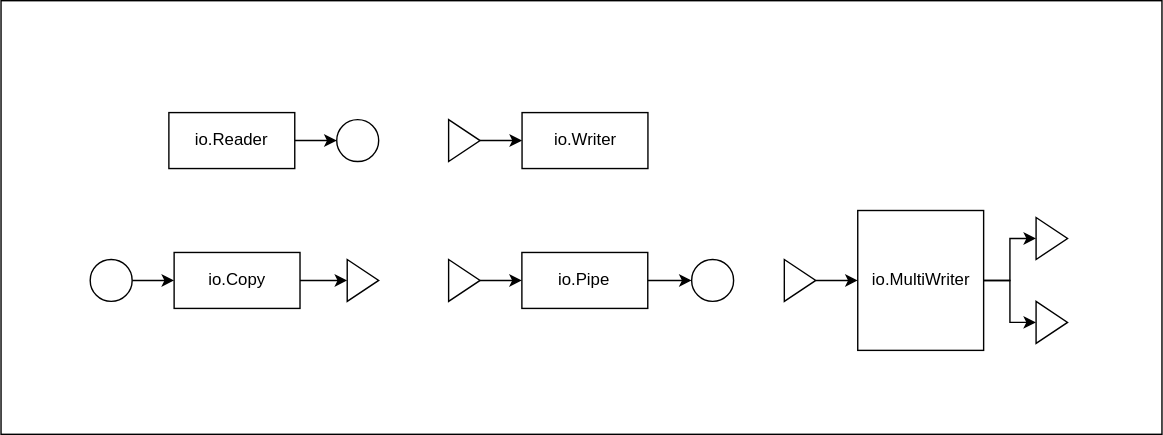
Earlier version of the draw.io export img/connector.drawio.svg (yamagame/go-basic-example). Source tidied: cells renumbered, new cells last; positions are measured from the earlier drawing's top-left corner, leaving out a move shared by most shapes.
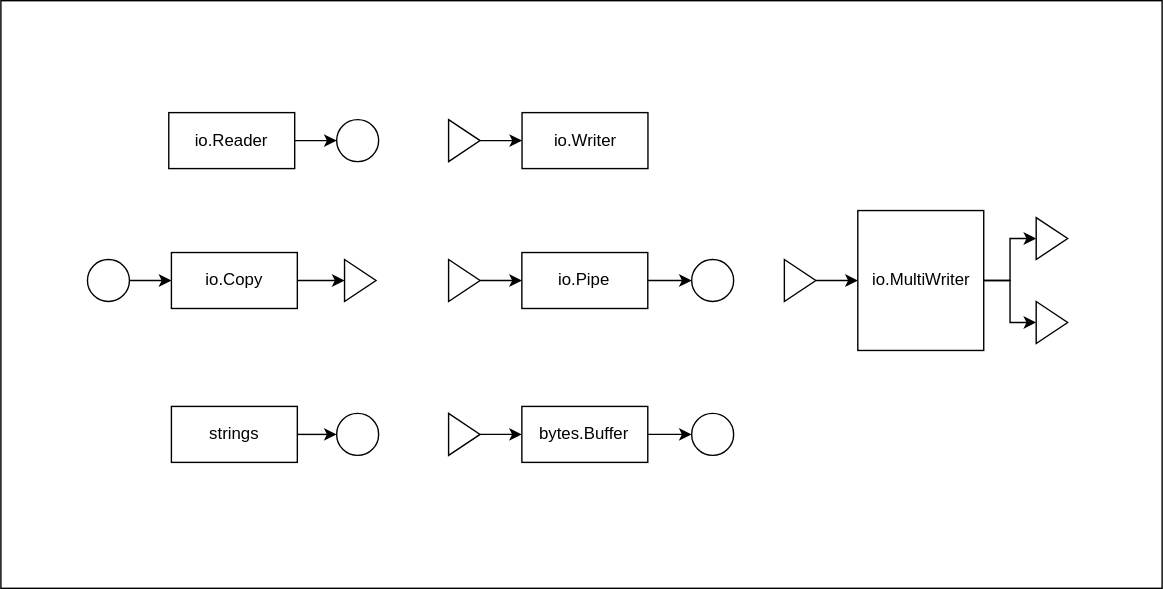
Above is the later version.

What changed in the source:
```diff
@@ -3,7 +3,7 @@
     <mxCell id="0" />
     <mxCell id="1" parent="0" />
     <mxCell id="2" style="rounded=0;whiteSpace=wrap;html=1;" parent="1" vertex="1">
-      <mxGeometry width="830" height="310" as="geometry" />
+      <mxGeometry width="830" height="420" as="geometry" />
     </mxCell>
     <mxCell id="3" style="edgeStyle=none;html=1;entryX=0;entryY=0.5;entryDx=0;entryDy=0;" parent="1" edge="1" source="4" target="5">
       <mxGeometry relative="1" as="geometry" />
@@ -18,16 +18,16 @@
       <mxGeometry relative="1" as="geometry" />
     </mxCell>
     <mxCell id="7" value="io.Copy" style="rounded=0;whiteSpace=wrap;html=1;" parent="1" vertex="1">
-      <mxGeometry x="123.8" y="180" width="90" height="40" as="geometry" />
+      <mxGeometry x="121.9" y="180" width="90" height="40" as="geometry" />
     </mxCell>
     <mxCell id="8" style="edgeStyle=none;html=1;" parent="1" edge="1" source="9" target="7">
       <mxGeometry relative="1" as="geometry" />
     </mxCell>
     <mxCell id="9" style="ellipse;whiteSpace=wrap;html=1;" parent="1" vertex="1">
-      <mxGeometry x="63.8" y="185" width="30" height="30" as="geometry" />
+      <mxGeometry x="61.9" y="185" width="30" height="30" as="geometry" />
     </mxCell>
     <mxCell id="10" style="triangle;whiteSpace=wrap;html=1;" parent="1" vertex="1">
-      <mxGeometry x="247.5" y="185" width="22.5" height="30" as="geometry" />
+      <mxGeometry x="245.6" y="185" width="22.5" height="30" as="geometry" />
     </mxCell>
     <mxCell id="11" value="io.Writer" style="rounded=0;whiteSpace=wrap;html=1;" parent="1" vertex="1">
       <mxGeometry x="372.5" y="80" width="90" height="40" as="geometry" />
@@ -74,5 +74,29 @@
     <mxCell id="25" style="triangle;whiteSpace=wrap;html=1;" parent="1" vertex="1">
       <mxGeometry x="320" y="185" width="22.5" height="30" as="geometry" />
     </mxCell>
+    <mxCell id="26" style="edgeStyle=none;html=1;entryX=0;entryY=0.5;entryDx=0;entryDy=0;" parent="1" edge="1" source="27" target="28">
+      <mxGeometry relative="1" as="geometry" />
+    </mxCell>
+    <mxCell id="27" value="bytes.Buffer" style="rounded=0;whiteSpace=wrap;html=1;" parent="1" vertex="1">
+      <mxGeometry x="372.4" y="290" width="90" height="40" as="geometry" />
+    </mxCell>
+    <mxCell id="28" style="ellipse;whiteSpace=wrap;html=1;" parent="1" vertex="1">
+      <mxGeometry x="493.8" y="295" width="30" height="30" as="geometry" />
+    </mxCell>
+    <mxCell id="29" style="edgeStyle=none;html=1;" parent="1" edge="1" source="30" target="27">
+      <mxGeometry relative="1" as="geometry" />
+    </mxCell>
+    <mxCell id="30" style="triangle;whiteSpace=wrap;html=1;" parent="1" vertex="1">
+      <mxGeometry x="320" y="295" width="22.5" height="30" as="geometry" />
+    </mxCell>
+    <mxCell id="31" value="strings" style="rounded=0;whiteSpace=wrap;html=1;" parent="1" vertex="1">
+      <mxGeometry x="121.9" y="290" width="90" height="40" as="geometry" />
+    </mxCell>
+    <mxCell id="32" style="edgeStyle=none;html=1;entryX=0;entryY=0.5;entryDx=0;entryDy=0;" parent="1" edge="1" source="31" target="33">
+      <mxGeometry relative="1" as="geometry" />
+    </mxCell>
+    <mxCell id="33" style="ellipse;whiteSpace=wrap;html=1;" parent="1" vertex="1">
+      <mxGeometry x="240" y="295" width="30" height="30" as="geometry" />
+    </mxCell>
   </root>
 </mxGraphModel>
```
